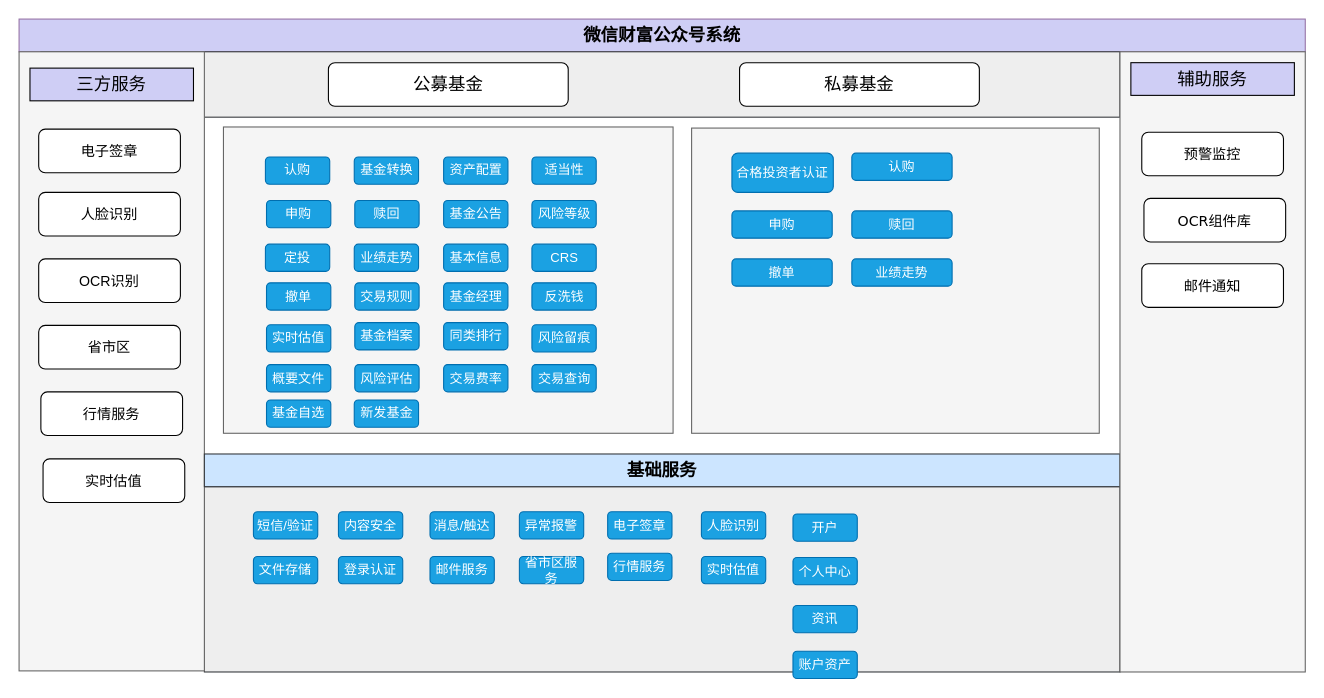
Earlier version of the draw.io diagram 微信财富公众号系统-业务架构.drawio (ammengke/my-drawio). Source tidied: cells renumbered, new cells numbered last; positions are measured from the earlier drawing's top-left corner, leaving out a move shared by most shapes. Both pictures are drawn from the tidied source at 109%, with x=0, y=0 at pixel (19, 19).
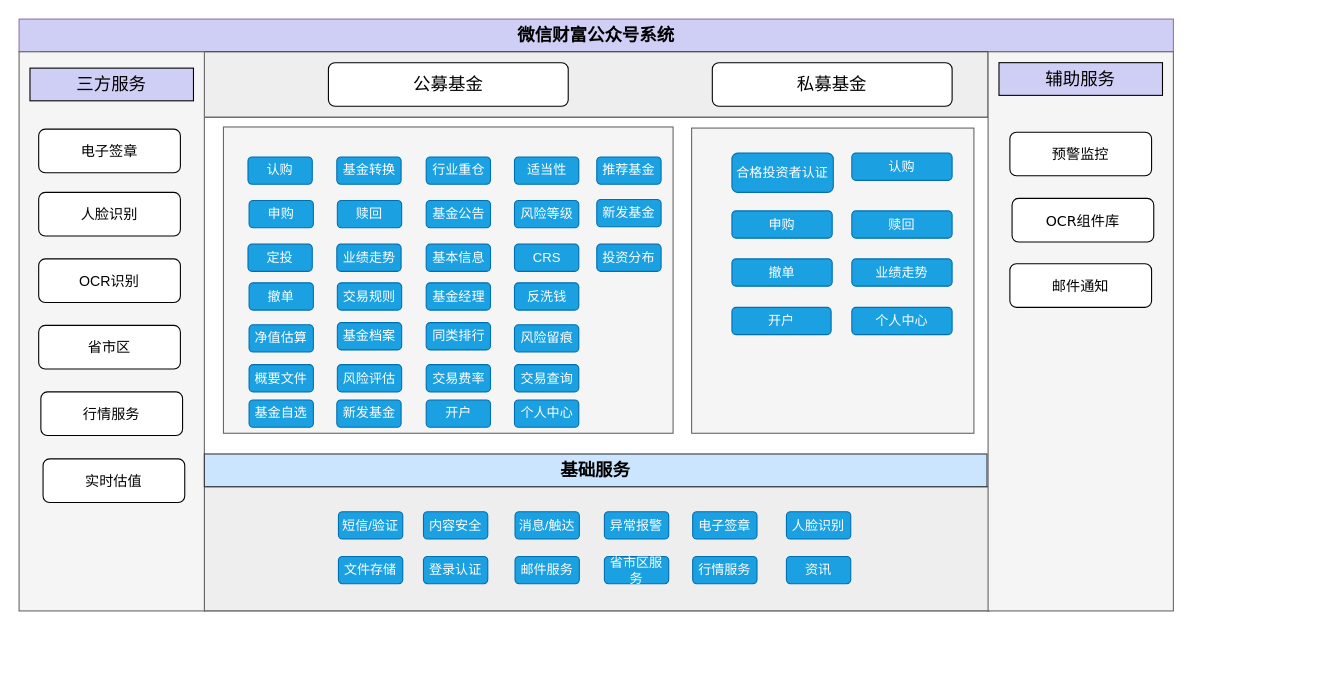
The same page after the edit.

Commit message:
更新微信财富公众号系统-业务架构.drawio

What changed in the source:
```diff
@@
     <mxCell id="2" value="微信财富公众号系统" style="rounded=0;whiteSpace=wrap;html=1;fillColor=#CFCEF5;strokeColor=#9673a6;fontStyle=1;fontSize=16;" parent="1" vertex="1">
-      <mxGeometry width="1180" height="30" as="geometry" />
+      <mxGeometry width="1059" height="30" as="geometry" />
     </mxCell>
     <mxCell id="3" style="rounded=0;whiteSpace=wrap;html=1;fontSize=16;fillColor=#eeeeee;strokeColor=#36393d;" parent="1" vertex="1">
-      <mxGeometry x="20" y="30" width="990" height="60" as="geometry" />
+      <mxGeometry x="20" y="30" width="869" height="60" as="geometry" />
     </mxCell>
@@
     <mxCell id="5" value="私募基金" style="rounded=1;whiteSpace=wrap;html=1;fontSize=16;" parent="1" vertex="1">
-      <mxGeometry x="661" y="40" width="220" height="40" as="geometry" />
+      <mxGeometry x="636" y="40" width="220" height="40" as="geometry" />
     </mxCell>
     <mxCell id="6" style="rounded=0;whiteSpace=wrap;html=1;fontSize=16;fillColor=#eeeeee;strokeColor=#36393d;" parent="1" vertex="1">
-      <mxGeometry x="170" y="429" width="840" height="170" as="geometry" />
+      <mxGeometry x="170" y="429" width="720" height="114" as="geometry" />
     </mxCell>
     <mxCell id="7" style="rounded=0;whiteSpace=wrap;html=1;fontSize=16;fillColor=#f5f5f5;strokeColor=#666666;fontColor=#333333;" parent="1" vertex="1">
-      <mxGeometry y="30" width="170" height="568" as="geometry" />
+      <mxGeometry y="30" width="170" height="513" as="geometry" />
     </mxCell>
@@
     <mxCell id="13" style="rounded=0;whiteSpace=wrap;html=1;fontSize=13;fillColor=#f5f5f5;strokeColor=#666666;fontColor=#333333;" parent="1" vertex="1">
-      <mxGeometry x="617" y="100" width="374" height="280" as="geometry" />
+      <mxGeometry x="617" y="100" width="259" height="280" as="geometry" />
     </mxCell>
     <mxCell id="14" value="基础服务" style="rounded=0;whiteSpace=wrap;html=1;fillColor=#cce5ff;strokeColor=#36393d;fontStyle=1;fontSize=16;" parent="1" vertex="1">
-      <mxGeometry x="170" y="399" width="840" height="30" as="geometry" />
+      <mxGeometry x="170" y="399" width="718" height="30" as="geometry" />
     </mxCell>
     <mxCell id="15" style="rounded=0;whiteSpace=wrap;html=1;fontSize=13;fillColor=#f5f5f5;fontColor=#333333;strokeColor=#666666;" parent="1" vertex="1">
-      <mxGeometry x="1010" y="30" width="170" height="569" as="geometry" />
+      <mxGeometry x="889" y="30" width="170" height="513" as="geometry" />
     </mxCell>
     <mxCell id="16" value="辅助服务" style="rounded=0;whiteSpace=wrap;html=1;fontSize=16;fillColor=#CFCEF5;" parent="1" vertex="1">
-      <mxGeometry x="1020" y="40" width="150" height="30" as="geometry" />
+      <mxGeometry x="899" y="40" width="150" height="30" as="geometry" />
     </mxCell>
     <mxCell id="17" value="&lt;p class=&quot;MsoNormal&quot; style=&quot;font-size: 13px;&quot;&gt;&lt;span style=&quot;font-size: 13px;&quot;&gt;&lt;font style=&quot;font-size: 13px;&quot;&gt;预警监控&lt;/font&gt;&lt;/span&gt;&lt;/p&gt;" style="rounded=1;whiteSpace=wrap;html=1;fontSize=13;fontFamily=Verdana;" parent="1" vertex="1">
-      <mxGeometry x="1030" y="103.8" width="130" height="40" as="geometry" />
+      <mxGeometry x="909" y="103.8" width="130" height="40" as="geometry" />
     </mxCell>
     <mxCell id="18" value="&lt;p class=&quot;MsoNormal&quot; style=&quot;font-size: 13px;&quot;&gt;&lt;span style=&quot;font-size: 13px;&quot;&gt;&lt;font style=&quot;font-size: 13px;&quot;&gt;OCR组件库&lt;/font&gt;&lt;/span&gt;&lt;/p&gt;" style="rounded=1;whiteSpace=wrap;html=1;fontSize=13;fontFamily=Verdana;" parent="1" vertex="1">
-      <mxGeometry x="1032" y="164.5" width="130" height="40" as="geometry" />
+      <mxGeometry x="911" y="164.5" width="130" height="40" as="geometry" />
     </mxCell>
@@
     <mxCell id="22" value="&lt;p class=&quot;MsoNormal&quot; style=&quot;font-size: 13px;&quot;&gt;&lt;span style=&quot;font-size: 13px;&quot;&gt;&lt;font style=&quot;font-size: 13px;&quot;&gt;邮件通知&lt;/font&gt;&lt;/span&gt;&lt;/p&gt;" style="rounded=1;whiteSpace=wrap;html=1;fontSize=13;fontFamily=Verdana;" parent="1" vertex="1">
-      <mxGeometry x="1030" y="224.5" width="130" height="40" as="geometry" />
+      <mxGeometry x="909" y="224.5" width="130" height="40" as="geometry" />
     </mxCell>
     <mxCell id="23" value="认购" style="text;html=1;strokeColor=#006EAF;fillColor=#1ba1e2;align=center;verticalAlign=middle;whiteSpace=wrap;rounded=1;fontColor=#ffffff;" parent="1" vertex="1">
-      <mxGeometry x="226" y="126.5" width="59" height="25" as="geometry" />
+      <mxGeometry x="210" y="126.5" width="59" height="25" as="geometry" />
     </mxCell>
     <mxCell id="24" value="申购" style="text;html=1;strokeColor=#006EAF;fillColor=#1ba1e2;align=center;verticalAlign=middle;whiteSpace=wrap;rounded=1;fontColor=#ffffff;" parent="1" vertex="1">
-      <mxGeometry x="227" y="166.5" width="59" height="25" as="geometry" />
+      <mxGeometry x="211" y="166.5" width="59" height="25" as="geometry" />
     </mxCell>
     <mxCell id="25" value="定投" style="text;html=1;strokeColor=#006EAF;fillColor=#1ba1e2;align=center;verticalAlign=middle;whiteSpace=wrap;rounded=1;fontColor=#ffffff;" parent="1" vertex="1">
-      <mxGeometry x="226" y="206.5" width="59" height="25" as="geometry" />
+      <mxGeometry x="210" y="206.5" width="59" height="25" as="geometry" />
     </mxCell>
     <mxCell id="26" value="撤单" style="text;html=1;strokeColor=#006EAF;fillColor=#1ba1e2;align=center;verticalAlign=middle;whiteSpace=wrap;rounded=1;fontColor=#ffffff;" parent="1" vertex="1">
-      <mxGeometry x="227" y="242" width="59" height="25" as="geometry" />
+      <mxGeometry x="211" y="242" width="59" height="25" as="geometry" />
     </mxCell>
-    <mxCell id="27" value="实时估值" style="text;html=1;strokeColor=#006EAF;fillColor=#1ba1e2;align=center;verticalAlign=middle;whiteSpace=wrap;rounded=1;fontColor=#ffffff;" parent="1" vertex="1">
-      <mxGeometry x="227" y="280.5" width="59" height="25" as="geometry" />
+    <mxCell id="27" value="净值估算" style="text;html=1;strokeColor=#006EAF;fillColor=#1ba1e2;align=center;verticalAlign=middle;whiteSpace=wrap;rounded=1;fontColor=#ffffff;" parent="1" vertex="1">
+      <mxGeometry x="211" y="280.5" width="59" height="25" as="geometry" />
     </mxCell>
     <mxCell id="28" value="适当性" style="text;html=1;strokeColor=#006EAF;fillColor=#1ba1e2;align=center;verticalAlign=middle;whiteSpace=wrap;rounded=1;fontColor=#ffffff;" parent="1" vertex="1">
-      <mxGeometry x="470.5" y="126.5" width="59" height="25" as="geometry" />
+      <mxGeometry x="454.5" y="126.5" width="59" height="25" as="geometry" />
     </mxCell>
     <mxCell id="29" value="风险等级" style="text;html=1;strokeColor=#006EAF;fillColor=#1ba1e2;align=center;verticalAlign=middle;whiteSpace=wrap;rounded=1;fontColor=#ffffff;" parent="1" vertex="1">
-      <mxGeometry x="470.5" y="166.5" width="59" height="25" as="geometry" />
+      <mxGeometry x="454.5" y="166.5" width="59" height="25" as="geometry" />
     </mxCell>
     <mxCell id="30" value="CRS" style="text;html=1;strokeColor=#006EAF;fillColor=#1ba1e2;align=center;verticalAlign=middle;whiteSpace=wrap;rounded=1;fontColor=#ffffff;" parent="1" vertex="1">
-      <mxGeometry x="470.5" y="206.5" width="59" height="25" as="geometry" />
+      <mxGeometry x="454.5" y="206.5" width="59" height="25" as="geometry" />
     </mxCell>
     <mxCell id="31" value="反洗钱" style="text;html=1;strokeColor=#006EAF;fillColor=#1ba1e2;align=center;verticalAlign=middle;whiteSpace=wrap;rounded=1;fontColor=#ffffff;" parent="1" vertex="1">
-      <mxGeometry x="470.5" y="242" width="59" height="25" as="geometry" />
+      <mxGeometry x="454.5" y="242" width="59" height="25" as="geometry" />
     </mxCell>
     <mxCell id="32" value="风险留痕" style="text;html=1;strokeColor=#006EAF;fillColor=#1ba1e2;align=center;verticalAlign=middle;whiteSpace=wrap;rounded=1;fontColor=#ffffff;" parent="1" vertex="1">
-      <mxGeometry x="470.5" y="280.5" width="59" height="25" as="geometry" />
+      <mxGeometry x="454.5" y="280.5" width="59" height="25" as="geometry" />
     </mxCell>
     <mxCell id="33" value="基金转换" style="text;html=1;strokeColor=#006EAF;fillColor=#1ba1e2;align=center;verticalAlign=middle;whiteSpace=wrap;rounded=1;fontColor=#ffffff;" parent="1" vertex="1">
-      <mxGeometry x="307.5" y="126.5" width="59" height="25" as="geometry" />
+      <mxGeometry x="291.5" y="126.5" width="59" height="25" as="geometry" />
     </mxCell>
     <mxCell id="34" value="赎回" style="text;html=1;strokeColor=#006EAF;fillColor=#1ba1e2;align=center;verticalAlign=middle;whiteSpace=wrap;rounded=1;fontColor=#ffffff;" parent="1" vertex="1">
-      <mxGeometry x="308" y="166.5" width="59" height="25" as="geometry" />
+      <mxGeometry x="292" y="166.5" width="59" height="25" as="geometry" />
     </mxCell>
     <mxCell id="35" value="业绩走势" style="text;html=1;strokeColor=#006EAF;fillColor=#1ba1e2;align=center;verticalAlign=middle;whiteSpace=wrap;rounded=1;fontColor=#ffffff;" parent="1" vertex="1">
-      <mxGeometry x="307.5" y="206.5" width="59" height="25" as="geometry" />
+      <mxGeometry x="291.5" y="206.5" width="59" height="25" as="geometry" />
     </mxCell>
     <mxCell id="36" value="交易规则" style="text;html=1;strokeColor=#006EAF;fillColor=#1ba1e2;align=center;verticalAlign=middle;whiteSpace=wrap;rounded=1;fontColor=#ffffff;" parent="1" vertex="1">
-      <mxGeometry x="308" y="242" width="59" height="25" as="geometry" />
+      <mxGeometry x="292" y="242" width="59" height="25" as="geometry" />
     </mxCell>
     <mxCell id="37" value="基金档案" style="text;html=1;strokeColor=#006EAF;fillColor=#1ba1e2;align=center;verticalAlign=middle;whiteSpace=wrap;rounded=1;fontColor=#ffffff;" parent="1" vertex="1">
-      <mxGeometry x="308" y="278.5" width="59" height="25" as="geometry" />
+      <mxGeometry x="292" y="278.5" width="59" height="25" as="geometry" />
     </mxCell>
-    <mxCell id="38" value="资产配置" style="text;html=1;strokeColor=#006EAF;fillColor=#1ba1e2;align=center;verticalAlign=middle;whiteSpace=wrap;rounded=1;fontColor=#ffffff;" parent="1" vertex="1">
-      <mxGeometry x="389.5" y="126.5" width="59" height="25" as="geometry" />
+    <mxCell id="38" value="行业重仓" style="text;html=1;strokeColor=#006EAF;fillColor=#1ba1e2;align=center;verticalAlign=middle;whiteSpace=wrap;rounded=1;fontColor=#ffffff;" parent="1" vertex="1">
+      <mxGeometry x="373.5" y="126.5" width="59" height="25" as="geometry" />
     </mxCell>
     <mxCell id="39" value="基金公告" style="text;html=1;strokeColor=#006EAF;fillColor=#1ba1e2;align=center;verticalAlign=middle;whiteSpace=wrap;rounded=1;fontColor=#ffffff;" parent="1" vertex="1">
-      <mxGeometry x="389.5" y="166.5" width="59" height="25" as="geometry" />
+      <mxGeometry x="373.5" y="166.5" width="59" height="25" as="geometry" />
     </mxCell>
     <mxCell id="40" value="基本信息" style="text;html=1;strokeColor=#006EAF;fillColor=#1ba1e2;align=center;verticalAlign=middle;whiteSpace=wrap;rounded=1;fontColor=#ffffff;" parent="1" vertex="1">
-      <mxGeometry x="389.5" y="206.5" width="59" height="25" as="geometry" />
+      <mxGeometry x="373.5" y="206.5" width="59" height="25" as="geometry" />
     </mxCell>
     <mxCell id="41" value="基金经理" style="text;html=1;strokeColor=#006EAF;fillColor=#1ba1e2;align=center;verticalAlign=middle;whiteSpace=wrap;rounded=1;fontColor=#ffffff;" parent="1" vertex="1">
-      <mxGeometry x="389.5" y="242" width="59" height="25" as="geometry" />
+      <mxGeometry x="373.5" y="242" width="59" height="25" as="geometry" />
     </mxCell>
     <mxCell id="42" value="同类排行" style="text;html=1;strokeColor=#006EAF;fillColor=#1ba1e2;align=center;verticalAlign=middle;whiteSpace=wrap;rounded=1;fontColor=#ffffff;" parent="1" vertex="1">
-      <mxGeometry x="389.5" y="278.5" width="59" height="25" as="geometry" />
+      <mxGeometry x="373.5" y="278.5" width="59" height="25" as="geometry" />
     </mxCell>
     <mxCell id="43" value="短信/验证" style="text;html=1;strokeColor=#006EAF;fillColor=#1ba1e2;align=center;verticalAlign=middle;whiteSpace=wrap;rounded=1;fontColor=#ffffff;" parent="1" vertex="1">
-      <mxGeometry x="215" y="452" width="59" height="25" as="geometry" />
+      <mxGeometry x="293" y="452" width="59" height="25" as="geometry" />
     </mxCell>
     <mxCell id="44" value="内容安全" style="text;html=1;strokeColor=#006EAF;fillColor=#1ba1e2;align=center;verticalAlign=middle;whiteSpace=wrap;rounded=1;fontColor=#ffffff;" parent="1" vertex="1">
-      <mxGeometry x="293" y="452" width="59" height="25" as="geometry" />
+      <mxGeometry x="371" y="452" width="59" height="25" as="geometry" />
     </mxCell>
     <mxCell id="45" value="消息/触达" style="text;html=1;strokeColor=#006EAF;fillColor=#1ba1e2;align=center;verticalAlign=middle;whiteSpace=wrap;rounded=1;fontColor=#ffffff;" parent="1" vertex="1">
-      <mxGeometry x="377" y="452" width="59" height="25" as="geometry" />
+      <mxGeometry x="455" y="452" width="59" height="25" as="geometry" />
     </mxCell>
     <mxCell id="46" value="异常报警" style="text;html=1;strokeColor=#006EAF;fillColor=#1ba1e2;align=center;verticalAlign=middle;whiteSpace=wrap;rounded=1;fontColor=#ffffff;" parent="1" vertex="1">
-      <mxGeometry x="459" y="452" width="59" height="25" as="geometry" />
+      <mxGeometry x="537" y="452" width="59" height="25" as="geometry" />
     </mxCell>
     <mxCell id="47" value="电子签章" style="text;html=1;strokeColor=#006EAF;fillColor=#1ba1e2;align=center;verticalAlign=middle;whiteSpace=wrap;rounded=1;fontColor=#ffffff;" parent="1" vertex="1">
-      <mxGeometry x="540" y="452" width="59" height="25" as="geometry" />
+      <mxGeometry x="618" y="452" width="59" height="25" as="geometry" />
     </mxCell>
     <mxCell id="48" value="人脸识别" style="text;html=1;strokeColor=#006EAF;fillColor=#1ba1e2;align=center;verticalAlign=middle;whiteSpace=wrap;rounded=1;fontColor=#ffffff;" parent="1" vertex="1">
-      <mxGeometry x="626" y="452" width="59" height="25" as="geometry" />
+      <mxGeometry x="704" y="452" width="59" height="25" as="geometry" />
     </mxCell>
     <mxCell id="49" value="文件存储" style="text;html=1;strokeColor=#006EAF;fillColor=#1ba1e2;align=center;verticalAlign=middle;whiteSpace=wrap;rounded=1;fontColor=#ffffff;" parent="1" vertex="1">
-      <mxGeometry x="215" y="493" width="59" height="25" as="geometry" />
+      <mxGeometry x="293" y="493" width="59" height="25" as="geometry" />
     </mxCell>
     <mxCell id="50" value="登录认证" style="text;html=1;strokeColor=#006EAF;fillColor=#1ba1e2;align=center;verticalAlign=middle;whiteSpace=wrap;rounded=1;fontColor=#ffffff;" parent="1" vertex="1">
-      <mxGeometry x="293" y="493" width="59" height="25" as="geometry" />
+      <mxGeometry x="371" y="493" width="59" height="25" as="geometry" />
     </mxCell>
     <mxCell id="51" value="邮件服务" style="text;html=1;strokeColor=#006EAF;fillColor=#1ba1e2;align=center;verticalAlign=middle;whiteSpace=wrap;rounded=1;fontColor=#ffffff;" parent="1" vertex="1">
-      <mxGeometry x="377" y="493" width="59" height="25" as="geometry" />
+      <mxGeometry x="455" y="493" width="59" height="25" as="geometry" />
     </mxCell>
     <mxCell id="52" value="省市区服务" style="text;html=1;strokeColor=#006EAF;fillColor=#1ba1e2;align=center;verticalAlign=middle;whiteSpace=wrap;rounded=1;fontColor=#ffffff;" parent="1" vertex="1">
-      <mxGeometry x="459" y="493" width="59" height="25" as="geometry" />
+      <mxGeometry x="537" y="493" width="59" height="25" as="geometry" />
     </mxCell>
     <mxCell id="53" value="行情服务" style="text;html=1;strokeColor=#006EAF;fillColor=#1ba1e2;align=center;verticalAlign=middle;whiteSpace=wrap;rounded=1;fontColor=#ffffff;" parent="1" vertex="1">
-      <mxGeometry x="540" y="490" width="59" height="25" as="geometry" />
+      <mxGeometry x="618" y="493" width="59" height="25" as="geometry" />
     </mxCell>
-    <mxCell id="54" value="实时估值" style="text;html=1;strokeColor=#006EAF;fillColor=#1ba1e2;align=center;verticalAlign=middle;whiteSpace=wrap;rounded=1;fontColor=#ffffff;" parent="1" vertex="1">
-      <mxGeometry x="626" y="493" width="59" height="25" as="geometry" />
-    </mxCell>
     <mxCell id="55" value="开户" style="text;html=1;strokeColor=#006EAF;fillColor=#1ba1e2;align=center;verticalAlign=middle;whiteSpace=wrap;rounded=1;fontColor=#ffffff;" parent="1" vertex="1">
-      <mxGeometry x="710" y="454" width="59" height="25" as="geometry" />
+      <mxGeometry x="373.5" y="349.5" width="59" height="25" as="geometry" />
     </mxCell>
     <mxCell id="56" value="个人中心" style="text;html=1;strokeColor=#006EAF;fillColor=#1ba1e2;align=center;verticalAlign=middle;whiteSpace=wrap;rounded=1;fontColor=#ffffff;" parent="1" vertex="1">
-      <mxGeometry x="710" y="494" width="59" height="25" as="geometry" />
+      <mxGeometry x="454.5" y="349.5" width="59" height="25" as="geometry" />
     </mxCell>
     <mxCell id="57" value="资讯" style="text;html=1;strokeColor=#006EAF;fillColor=#1ba1e2;align=center;verticalAlign=middle;whiteSpace=wrap;rounded=1;fontColor=#ffffff;" parent="1" vertex="1">
-      <mxGeometry x="710" y="538" width="59" height="25" as="geometry" />
+      <mxGeometry x="704" y="493" width="59" height="25" as="geometry" />
     </mxCell>
-    <mxCell id="58" value="账户资产" style="text;html=1;strokeColor=#006EAF;fillColor=#1ba1e2;align=center;verticalAlign=middle;whiteSpace=wrap;rounded=1;fontColor=#ffffff;" parent="1" vertex="1">
-      <mxGeometry x="710" y="580" width="59" height="25" as="geometry" />
-    </mxCell>
     <mxCell id="59" value="概要文件" style="text;html=1;strokeColor=#006EAF;fillColor=#1ba1e2;align=center;verticalAlign=middle;whiteSpace=wrap;rounded=1;fontColor=#ffffff;" parent="1" vertex="1">
-      <mxGeometry x="227" y="317" width="59" height="25" as="geometry" />
+      <mxGeometry x="211" y="317" width="59" height="25" as="geometry" />
     </mxCell>
     <mxCell id="60" value="风险评估" style="text;html=1;strokeColor=#006EAF;fillColor=#1ba1e2;align=center;verticalAlign=middle;whiteSpace=wrap;rounded=1;fontColor=#ffffff;" parent="1" vertex="1">
-      <mxGeometry x="308" y="317" width="59" height="25" as="geometry" />
+      <mxGeometry x="292" y="317" width="59" height="25" as="geometry" />
     </mxCell>
     <mxCell id="61" value="交易费率" style="text;html=1;strokeColor=#006EAF;fillColor=#1ba1e2;align=center;verticalAlign=middle;whiteSpace=wrap;rounded=1;fontColor=#ffffff;" parent="1" vertex="1">
-      <mxGeometry x="389.5" y="317" width="59" height="25" as="geometry" />
+      <mxGeometry x="373.5" y="317" width="59" height="25" as="geometry" />
     </mxCell>
     <mxCell id="62" value="交易查询" style="text;html=1;strokeColor=#006EAF;fillColor=#1ba1e2;align=center;verticalAlign=middle;whiteSpace=wrap;rounded=1;fontColor=#ffffff;" parent="1" vertex="1">
-      <mxGeometry x="470.5" y="317" width="59" height="25" as="geometry" />
+      <mxGeometry x="454.5" y="317" width="59" height="25" as="geometry" />
     </mxCell>
@@
     <mxCell id="69" value="基金自选" style="text;html=1;strokeColor=#006EAF;fillColor=#1ba1e2;align=center;verticalAlign=middle;whiteSpace=wrap;rounded=1;fontColor=#ffffff;" parent="1" vertex="1">
-      <mxGeometry x="227" y="349.5" width="59" height="25" as="geometry" />
+      <mxGeometry x="211" y="349.5" width="59" height="25" as="geometry" />
     </mxCell>
     <mxCell id="70" value="新发基金" style="text;html=1;strokeColor=#006EAF;fillColor=#1ba1e2;align=center;verticalAlign=middle;whiteSpace=wrap;rounded=1;fontColor=#ffffff;" parent="1" vertex="1">
-      <mxGeometry x="307.5" y="349.5" width="59" height="25" as="geometry" />
+      <mxGeometry x="291.5" y="349.5" width="59" height="25" as="geometry" />
     </mxCell>
+    <mxCell id="71" value="开户" style="text;html=1;strokeColor=#006EAF;fillColor=#1ba1e2;align=center;verticalAlign=middle;whiteSpace=wrap;rounded=1;fontColor=#ffffff;" parent="1" vertex="1">
+      <mxGeometry x="654" y="264.5" width="91" height="25" as="geometry" />
+    </mxCell>
+    <mxCell id="72" value="个人中心" style="text;html=1;strokeColor=#006EAF;fillColor=#1ba1e2;align=center;verticalAlign=middle;whiteSpace=wrap;rounded=1;fontColor=#ffffff;" parent="1" vertex="1">
+      <mxGeometry x="764" y="264.5" width="92" height="25" as="geometry" />
+    </mxCell>
+    <mxCell id="73" value="推荐基金" style="text;html=1;strokeColor=#006EAF;fillColor=#1ba1e2;align=center;verticalAlign=middle;whiteSpace=wrap;rounded=1;fontColor=#ffffff;" parent="1" vertex="1">
+      <mxGeometry x="530" y="126.5" width="59" height="25" as="geometry" />
+    </mxCell>
+    <mxCell id="74" value="新发基金" style="text;html=1;strokeColor=#006EAF;fillColor=#1ba1e2;align=center;verticalAlign=middle;whiteSpace=wrap;rounded=1;fontColor=#ffffff;" parent="1" vertex="1">
+      <mxGeometry x="530" y="165.5" width="59" height="25" as="geometry" />
+    </mxCell>
+    <mxCell id="75" value="投资分布" style="text;html=1;strokeColor=#006EAF;fillColor=#1ba1e2;align=center;verticalAlign=middle;whiteSpace=wrap;rounded=1;fontColor=#ffffff;" parent="1" vertex="1">
+      <mxGeometry x="530" y="206.5" width="59" height="25" as="geometry" />
+    </mxCell>
```
